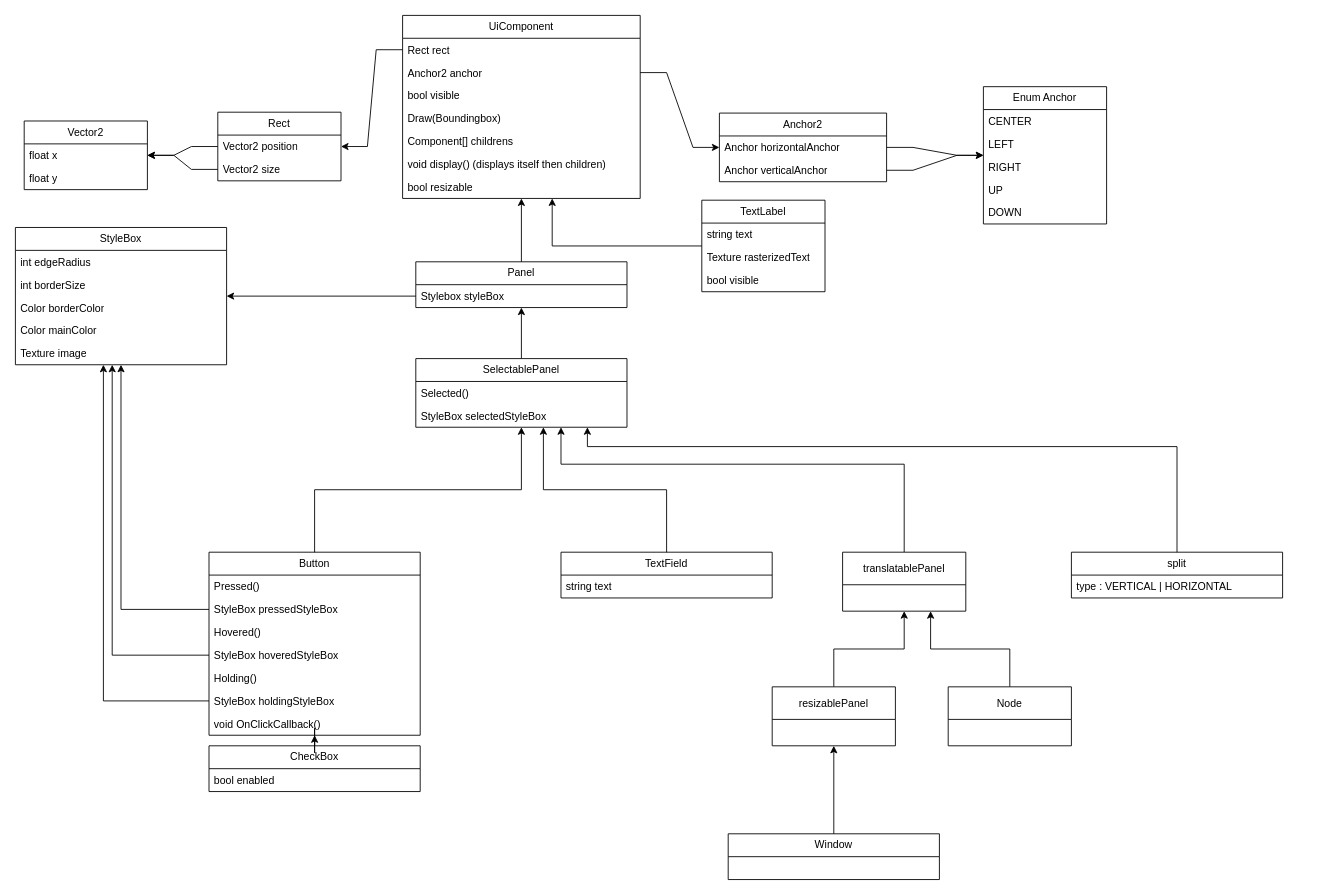
This is ui.drawio from RugiSerl/NativeUI, a draw.io file, before an edit. Source tidied: cells renumbered, new cells numbered last; positions are measured from the earlier drawing's top-left corner, leaving out a move shared by most shapes. Both pictures are drawn from the tidied source at 88%, with x=0, y=0 at pixel (15, 15).
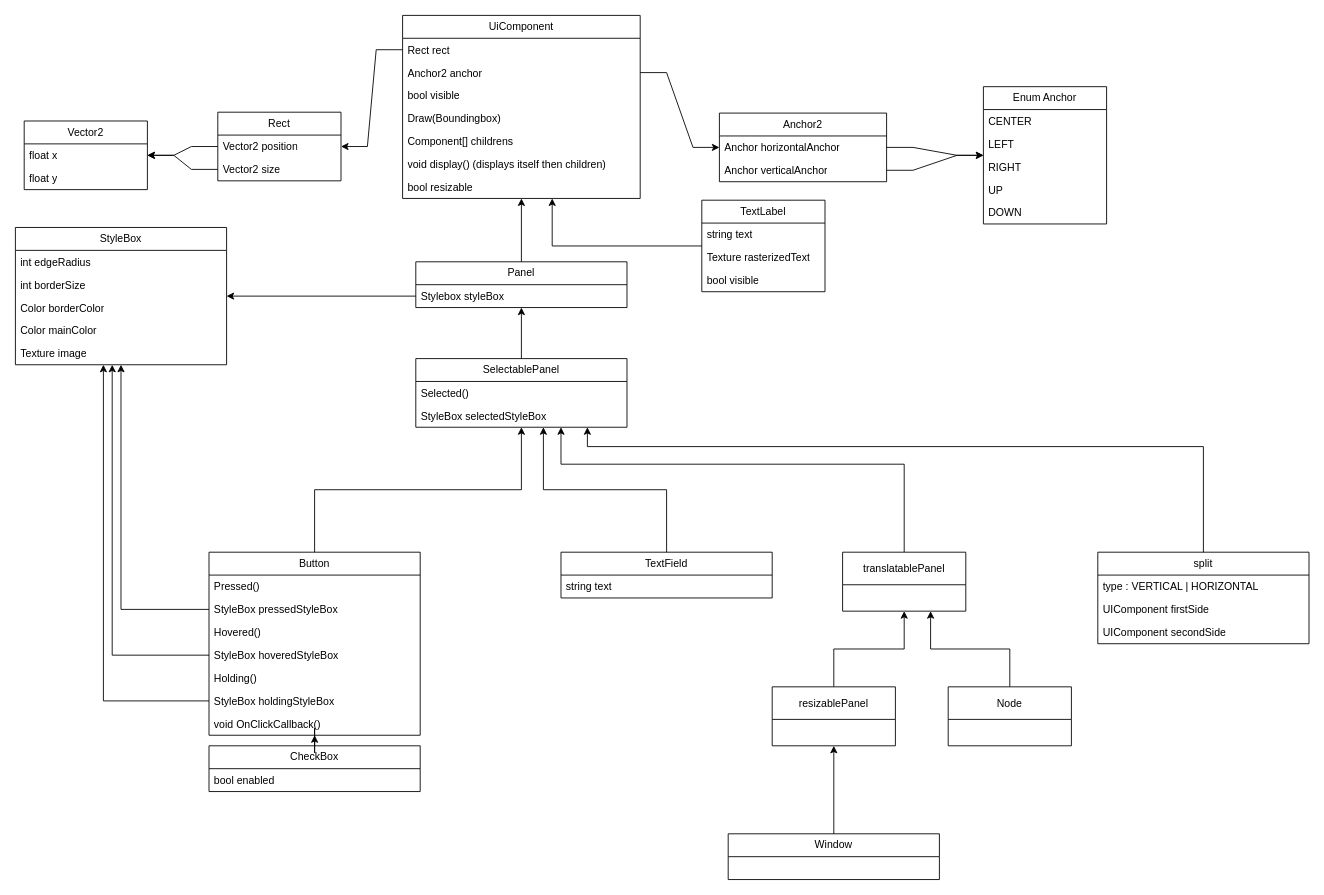
The same page after the edit.

Diff of the diagram source:
```diff
@@
     <mxCell id="77" value="split" style="swimlane;fontStyle=0;horizontal=1;startSize=26;fillColor=none;whiteSpace=wrap;html=1;" parent="1" vertex="1">
-      <mxGeometry x="1200" y="610" width="240" height="52" as="geometry" />
+      <mxGeometry x="1230" y="610" width="240" height="104" as="geometry" />
     </mxCell>
@@
+    <mxCell id="79" value="&lt;div style=&quot;text-align: center;&quot;&gt;UIComponent firstSide&lt;/div&gt;" style="text;strokeColor=none;fillColor=none;align=left;verticalAlign=top;spacingLeft=4;spacingRight=4;overflow=hidden;whiteSpace=wrap;html=1;" parent="77" vertex="1">
+      <mxGeometry y="52" width="240" height="26" as="geometry" />
+    </mxCell>
+    <mxCell id="80" value="UIComponent secondSide" style="text;strokeColor=none;fillColor=none;align=left;verticalAlign=top;spacingLeft=4;spacingRight=4;overflow=hidden;whiteSpace=wrap;html=1;" parent="77" vertex="1">
+      <mxGeometry y="78" width="240" height="26" as="geometry" />
+    </mxCell>
```
